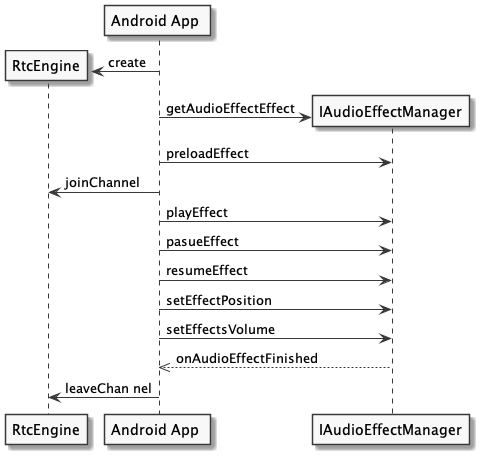
This is en-US/markdown/rte-sdk-legacy-api/images/audio_effect.png from AgoraIO/agora_doc_source, a PlantUML export, as it was before one commit. The source it was exported from:
```plantuml
@startuml
skinparam monochrome true
participant "RtcEngine" as rtc
participant "Android App " as a
create rtc
a -> rtc: create
create IAudioEffectManager
a -> IAudioEffectManager: getAudioEffectEffect
a -> IAudioEffectManager: preloadEffect
a -> rtc: joinChannel
a -> IAudioEffectManager: playEffect
a -> IAudioEffectManager: pasueEffect
a -> IAudioEffectManager: resumeEffect
a -> IAudioEffectManager: setEffectPosition
a -> IAudioEffectManager: setEffectsVolume
IAudioEffectManager -->> a: onAudioEffectFinished
a -> rtc: leaveChan nel
@enduml
```
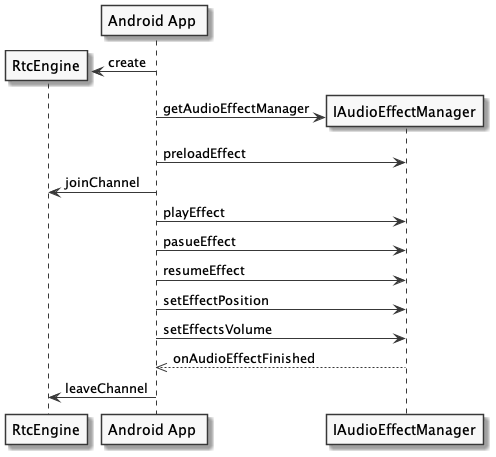
Above is the later version.

Commit message:
update audio mixing

The edit, as a diff of the source:
```diff
@@ -5,7 +5,7 @@
 create rtc
 a -> rtc: create
 create IAudioEffectManager
-a -> IAudioEffectManager: getAudioEffectEffect
+a -> IAudioEffectManager: getAudioEffectManager
 a -> IAudioEffectManager: preloadEffect
 a -> rtc: joinChannel
 a -> IAudioEffectManager: playEffect
@@ -14,5 +14,5 @@
 a -> IAudioEffectManager: setEffectPosition
 a -> IAudioEffectManager: setEffectsVolume
 IAudioEffectManager -->> a: onAudioEffectFinished
-a -> rtc: leaveChan nel
+a -> rtc: leaveChannel
 @enduml
```
